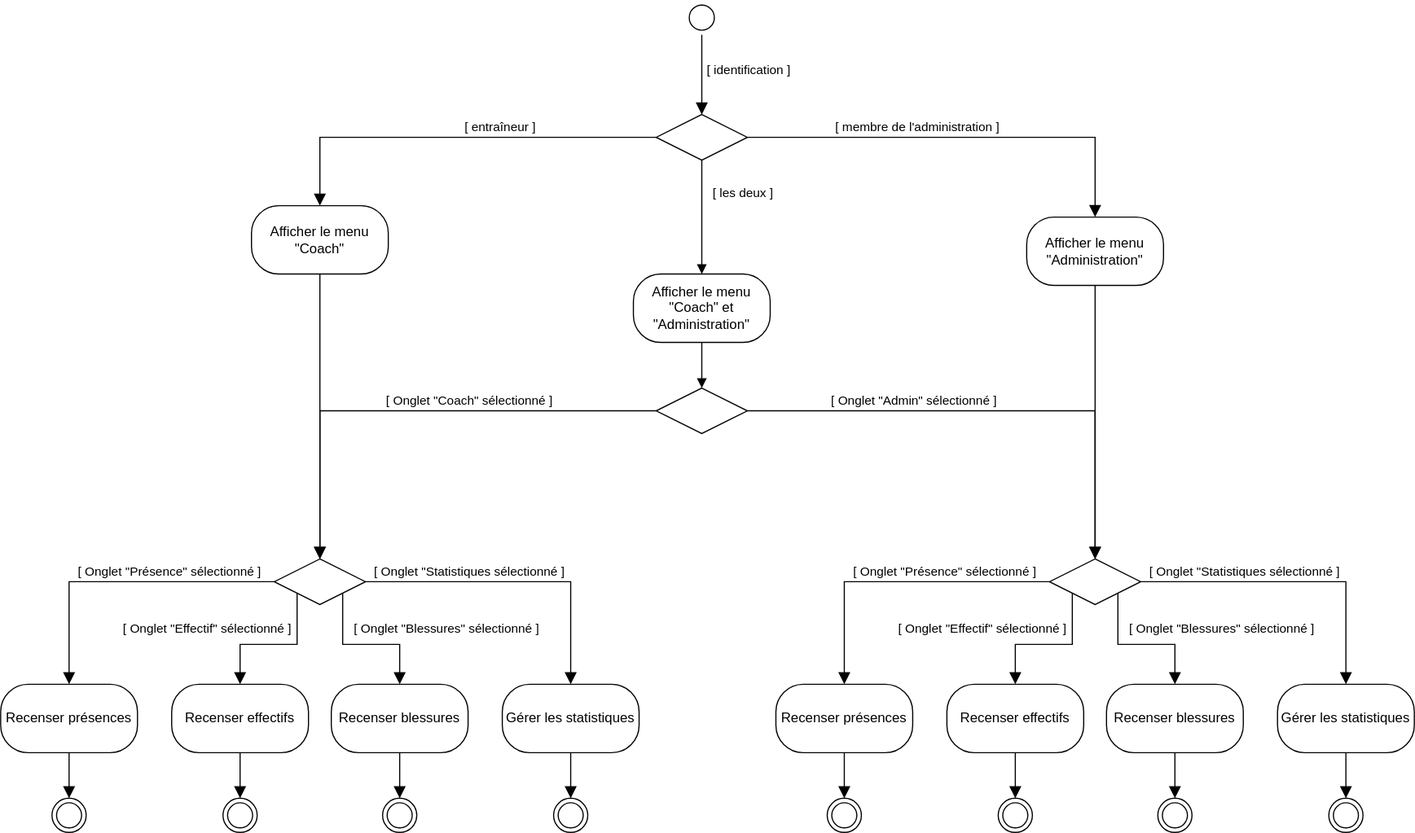
CyberHati/Application_Gestion-d-effectif keeps this draw.io diagram as UML/Diagrammes d'activité/Diagramme_Acitivité_Application.svg. Above is the earlier version. Source tidied: cells renumbered, new cells last; positions are measured from the earlier drawing's top-left corner, leaving out a move shared by most shapes.
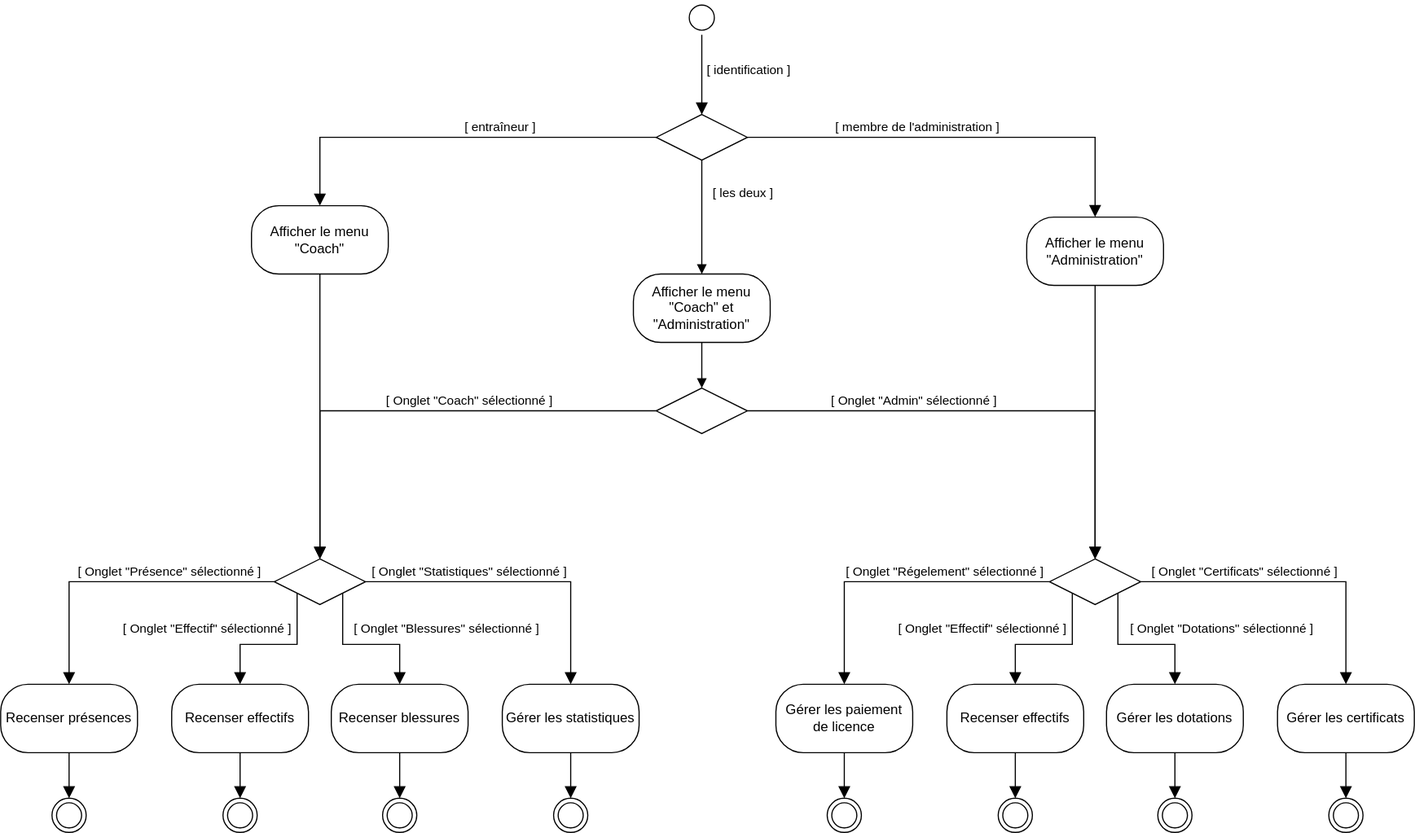
Above is the later version.

Commit message:
Mettre à jour Diagramme_Acitivité_Application.svg

Diff of the diagram source:
```diff
@@ -70,7 +70,7 @@
     <mxCell id="21" style="edgeStyle=orthogonalEdgeStyle;html=1;align=left;verticalAlign=bottom;endArrow=block;endSize=8;rounded=0;endFill=1;entryX=0.5;entryY=0;entryDx=0;entryDy=0;exitX=1;exitY=0.5;exitDx=0;exitDy=0;" parent="1" edge="1" source="15" target="19">
       <mxGeometry x="-0.79" y="10" relative="1" as="geometry" />
     </mxCell>
-    <mxCell id="22" value="[ Onglet &quot;Statistiques sélectionné ]" style="edgeLabel;html=1;align=center;verticalAlign=middle;" parent="21" vertex="1">
+    <mxCell id="22" value="[ Onglet &quot;Statistiques&quot; sélectionné ]" style="edgeLabel;html=1;align=center;verticalAlign=middle;" parent="21" vertex="1">
       <mxGeometry x="-0.12" y="-1" relative="1" as="geometry">
         <mxPoint x="-29" y="-11" as="offset" />
       </mxGeometry>
@@ -129,19 +129,19 @@
     <mxCell id="38" value="Recenser effectifs" style="rounded=1;whiteSpace=wrap;html=1;arcSize=40;" parent="1" vertex="1">
       <mxGeometry x="830" y="600" width="120" height="60" as="geometry" />
     </mxCell>
-    <mxCell id="39" value="Recenser blessures" style="rounded=1;whiteSpace=wrap;html=1;arcSize=40;" parent="1" vertex="1">
+    <mxCell id="39" value="Gérer les dotations" style="rounded=1;whiteSpace=wrap;html=1;arcSize=40;" parent="1" vertex="1">
       <mxGeometry x="970" y="600" width="120" height="60" as="geometry" />
     </mxCell>
-    <mxCell id="40" value="Gérer les statistiques" style="rounded=1;whiteSpace=wrap;html=1;arcSize=40;" parent="1" vertex="1">
+    <mxCell id="40" value="Gérer les certificats" style="rounded=1;whiteSpace=wrap;html=1;arcSize=40;" parent="1" vertex="1">
       <mxGeometry x="1120" y="600" width="120" height="60" as="geometry" />
     </mxCell>
-    <mxCell id="41" value="&lt;div&gt;Recenser présences&lt;/div&gt;" style="rounded=1;whiteSpace=wrap;html=1;arcSize=40;" parent="1" vertex="1">
+    <mxCell id="41" value="Gérer les paiement de licence" style="rounded=1;whiteSpace=wrap;html=1;arcSize=40;" parent="1" vertex="1">
       <mxGeometry x="680" y="600" width="120" height="60" as="geometry" />
     </mxCell>
     <mxCell id="42" style="edgeStyle=orthogonalEdgeStyle;html=1;align=left;verticalAlign=bottom;endArrow=block;endSize=8;rounded=0;endFill=1;entryX=0.5;entryY=0;entryDx=0;entryDy=0;exitX=1;exitY=0.5;exitDx=0;exitDy=0;" parent="1" edge="1" source="37" target="40">
       <mxGeometry x="-0.79" y="10" relative="1" as="geometry" />
     </mxCell>
-    <mxCell id="43" value="[ Onglet &quot;Statistiques sélectionné ]" style="edgeLabel;html=1;align=center;verticalAlign=middle;" parent="42" vertex="1">
+    <mxCell id="43" value="[ Onglet &quot;Certificats&quot; sélectionné ]" style="edgeLabel;html=1;align=center;verticalAlign=middle;" parent="42" vertex="1">
       <mxGeometry x="-0.12" y="-1" relative="1" as="geometry">
         <mxPoint x="-29" y="-11" as="offset" />
       </mxGeometry>
@@ -149,7 +149,7 @@
     <mxCell id="44" style="edgeStyle=orthogonalEdgeStyle;html=1;align=left;verticalAlign=bottom;endArrow=block;endSize=8;rounded=0;endFill=1;entryX=0.5;entryY=0;entryDx=0;entryDy=0;exitX=1;exitY=1;exitDx=0;exitDy=0;" parent="1" edge="1" source="37" target="39">
       <mxGeometry x="-0.79" y="10" relative="1" as="geometry" />
     </mxCell>
-    <mxCell id="45" value="[ Onglet &quot;Blessures&quot; sélectionné ]" style="edgeLabel;html=1;align=center;verticalAlign=middle;" parent="44" vertex="1">
+    <mxCell id="45" value="[ Onglet &quot;Dotations&quot; sélectionné ]" style="edgeLabel;html=1;align=center;verticalAlign=middle;" parent="44" vertex="1">
       <mxGeometry x="-0.57" y="-1" relative="1" as="geometry">
         <mxPoint x="91" y="2" as="offset" />
       </mxGeometry>
@@ -165,7 +165,7 @@
     <mxCell id="48" style="edgeStyle=orthogonalEdgeStyle;html=1;align=left;verticalAlign=bottom;endArrow=block;endSize=8;rounded=0;endFill=1;entryX=0.5;entryY=0;entryDx=0;entryDy=0;exitX=0;exitY=0.5;exitDx=0;exitDy=0;" parent="1" edge="1" source="37" target="41">
       <mxGeometry x="-0.79" y="10" relative="1" as="geometry" />
     </mxCell>
-    <mxCell id="49" value="[ Onglet &quot;Présence&quot; sélectionné ]" style="edgeLabel;html=1;align=center;verticalAlign=middle;" parent="48" vertex="1">
+    <mxCell id="49" value="[ Onglet &quot;Régelement&quot; sélectionné ]" style="edgeLabel;html=1;align=center;verticalAlign=middle;" parent="48" vertex="1">
       <mxGeometry x="-0.31" y="1" relative="1" as="geometry">
         <mxPoint y="-11" as="offset" />
       </mxGeometry>
```
